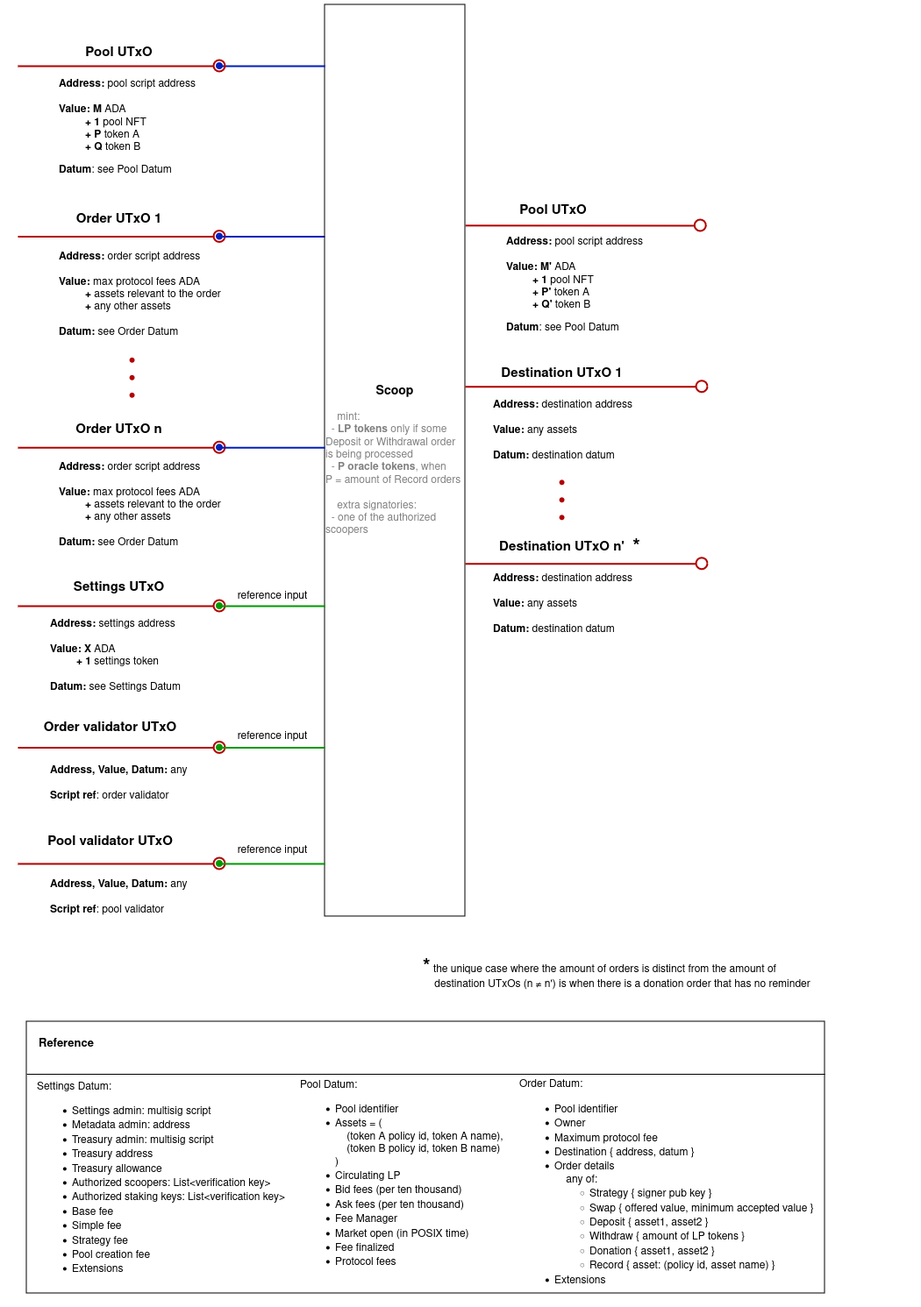
The draw.io diagram src/img/scoop.png in txpipe-shop/sundae-swap, before a commit. Source tidied: cells renumbered, new cells last; positions are measured from the earlier drawing's top-left corner, leaving out a move shared by most shapes.
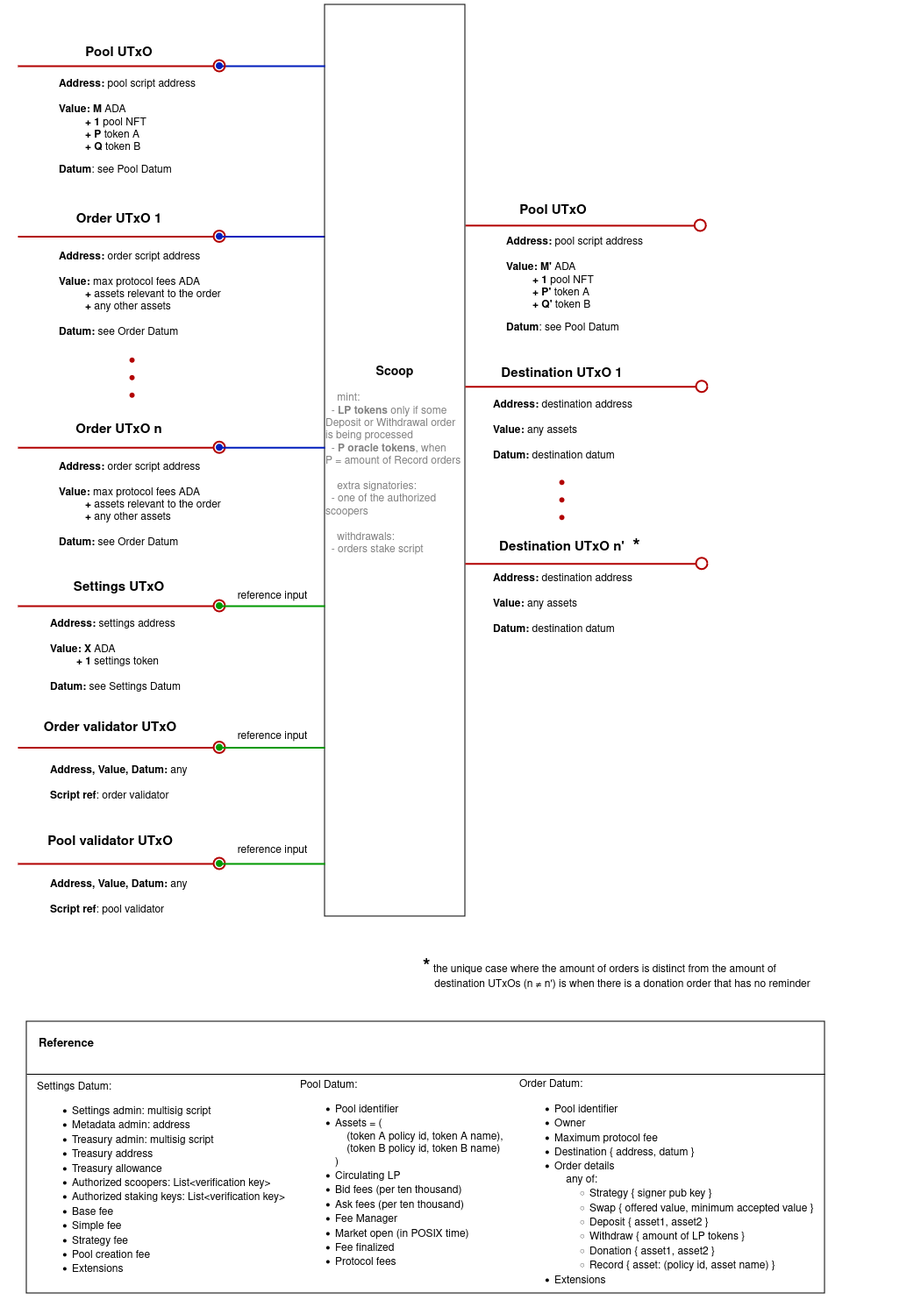
The same file after the commit.

Commit message:
Update scoop and withdraw fees tx diagrams

What changed in the source:
```diff
@@ -23,7 +23,7 @@
         <mxPoint x="778.2" y="252" as="targetPoint" />
       </mxGeometry>
     </mxCell>
-    <mxCell id="6" value="&lt;b&gt;&lt;font style=&quot;&quot;&gt;&lt;span style=&quot;font-size: 14px;&quot;&gt;Scoop&lt;/span&gt;&lt;/font&gt;&lt;/b&gt;&lt;br&gt;&lt;br&gt;&lt;div align=&quot;left&quot;&gt;&lt;font color=&quot;#808080&quot;&gt;&amp;nbsp;&amp;nbsp;&amp;nbsp; mint:&lt;/font&gt;&lt;br&gt;&lt;/div&gt;&lt;div align=&quot;left&quot;&gt;&lt;font color=&quot;#808080&quot;&gt;&amp;nbsp; &lt;/font&gt;&lt;font color=&quot;#808080&quot;&gt;- &lt;b&gt;LP tokens&lt;/b&gt; only if some&lt;br&gt;Deposit or Withdrawal order &lt;br&gt;is being processed&lt;br&gt;&lt;/font&gt;&lt;/div&gt;&lt;div align=&quot;left&quot;&gt;&lt;font color=&quot;#808080&quot;&gt;&amp;nbsp; - &lt;b&gt;P oracle tokens&lt;/b&gt;, when&amp;nbsp;&lt;/font&gt;&lt;/div&gt;&lt;div align=&quot;left&quot;&gt;&lt;font color=&quot;#808080&quot;&gt;P = amount of Record orders&lt;br&gt;&lt;/font&gt;&lt;/div&gt;&lt;div align=&quot;left&quot;&gt;&lt;font color=&quot;#808080&quot;&gt;&lt;br&gt;&lt;/font&gt;&lt;/div&gt;&lt;div align=&quot;left&quot;&gt;&lt;font color=&quot;#808080&quot;&gt;&amp;nbsp;&amp;nbsp;&amp;nbsp; extra signatories:&lt;/font&gt;&lt;/div&gt;&lt;div align=&quot;left&quot;&gt;&lt;font color=&quot;#808080&quot;&gt;&amp;nbsp; - one of the authorized scoopers&lt;br&gt;&lt;/font&gt;&lt;/div&gt;" style="rounded=0;whiteSpace=wrap;html=1;" parent="1" vertex="1">
+    <mxCell id="6" value="&lt;b&gt;&lt;font style=&quot;&quot;&gt;&lt;span style=&quot;font-size: 14px;&quot;&gt;Scoop&lt;/span&gt;&lt;/font&gt;&lt;/b&gt;&lt;br&gt;&lt;br&gt;&lt;div align=&quot;left&quot;&gt;&lt;font color=&quot;#808080&quot;&gt;&amp;nbsp;&amp;nbsp;&amp;nbsp; mint:&lt;/font&gt;&lt;br&gt;&lt;/div&gt;&lt;div align=&quot;left&quot;&gt;&lt;font color=&quot;#808080&quot;&gt;&amp;nbsp; &lt;/font&gt;&lt;font color=&quot;#808080&quot;&gt;- &lt;b&gt;LP tokens&lt;/b&gt; only if some&lt;br&gt;Deposit or Withdrawal order &lt;br&gt;is being processed&lt;br&gt;&lt;/font&gt;&lt;/div&gt;&lt;div align=&quot;left&quot;&gt;&lt;font color=&quot;#808080&quot;&gt;&amp;nbsp; - &lt;b&gt;P oracle tokens&lt;/b&gt;, when&amp;nbsp;&lt;/font&gt;&lt;/div&gt;&lt;div align=&quot;left&quot;&gt;&lt;font color=&quot;#808080&quot;&gt;P = amount of Record orders&lt;br&gt;&lt;/font&gt;&lt;/div&gt;&lt;div align=&quot;left&quot;&gt;&lt;font color=&quot;#808080&quot;&gt;&lt;br&gt;&lt;/font&gt;&lt;/div&gt;&lt;div align=&quot;left&quot;&gt;&lt;font color=&quot;#808080&quot;&gt;&amp;nbsp;&amp;nbsp;&amp;nbsp; extra signatories:&lt;/font&gt;&lt;/div&gt;&lt;div align=&quot;left&quot;&gt;&lt;font color=&quot;#808080&quot;&gt;&amp;nbsp; - one of the authorized scoopers&lt;/font&gt;&lt;/div&gt;&lt;div align=&quot;left&quot;&gt;&lt;font color=&quot;#808080&quot;&gt;&lt;br&gt;&lt;/font&gt;&lt;/div&gt;&lt;div align=&quot;left&quot;&gt;&lt;font color=&quot;#808080&quot;&gt;&amp;nbsp;&amp;nbsp;&amp;nbsp; withdrawals:&lt;/font&gt;&lt;/div&gt;&lt;div align=&quot;left&quot;&gt;&lt;font color=&quot;#808080&quot;&gt;&amp;nbsp; - orders stake script&lt;br&gt;&lt;/font&gt;&lt;/div&gt;" style="rounded=0;whiteSpace=wrap;html=1;" parent="1" vertex="1">
       <mxGeometry x="350" width="160" height="1040" as="geometry" />
     </mxCell>
     <mxCell id="7" value="&lt;font style=&quot;font-size: 15px;&quot;&gt;&lt;b style=&quot;font-size: 12px;&quot;&gt;&lt;font style=&quot;font-size: 15px;&quot;&gt;Order UTxO&lt;/font&gt;&lt;/b&gt;&lt;b&gt; 1&lt;br&gt;&lt;/b&gt;&lt;/font&gt;" style="text;html=1;align=center;verticalAlign=middle;strokeColor=none;fillColor=none;" parent="1" vertex="1">
```
